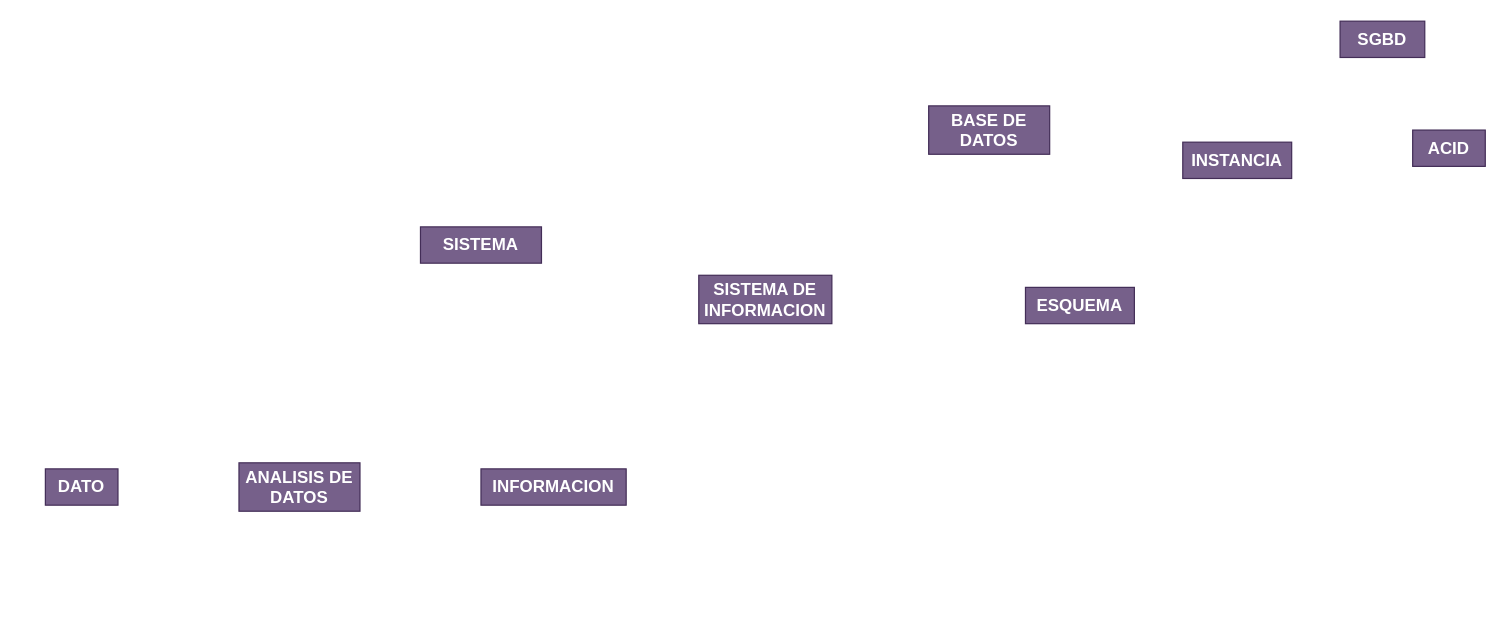
misiomishi/itcj keeps this draw.io diagram as Mapa Mixto Taller BD.drawio. Above is the earlier version. Source tidied: cells renumbered, new cells numbered last; positions are measured from the earlier drawing's top-left corner, leaving out a move shared by most shapes. Both pictures are drawn from the tidied source at 121%, with x=0, y=0 at pixel (45, 21).
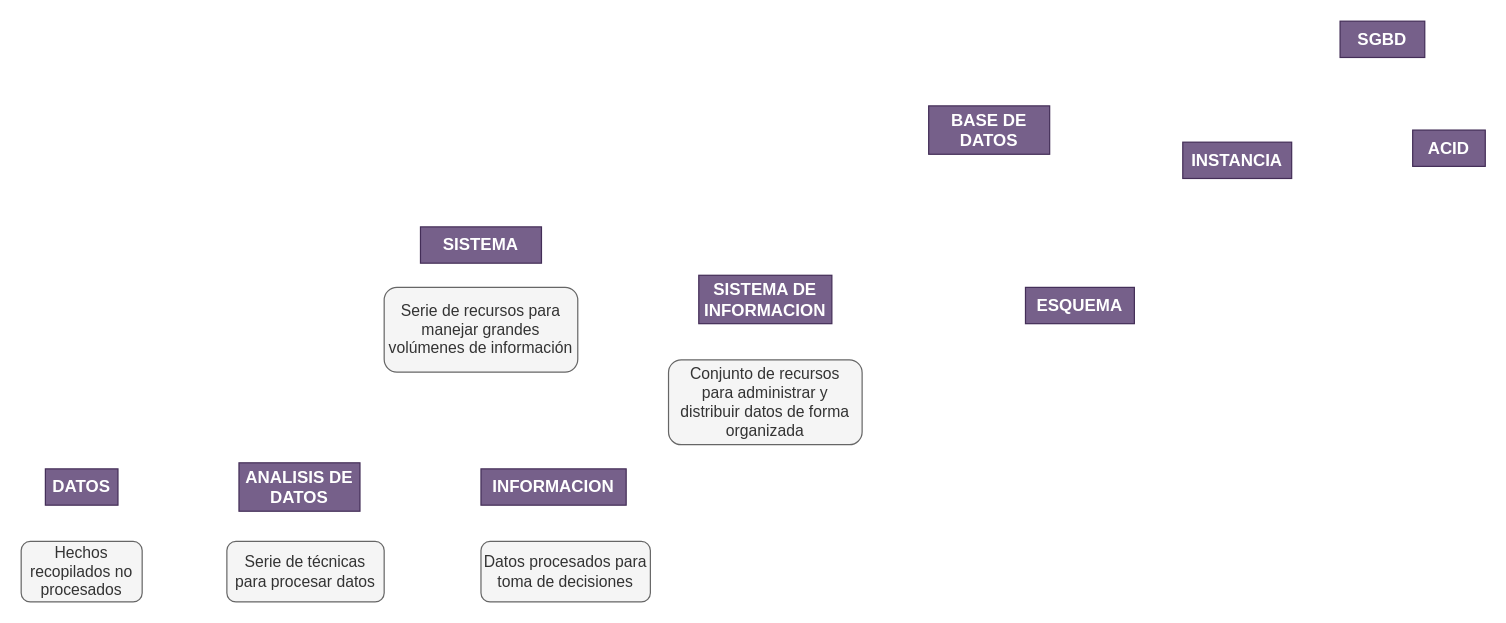
After the change.

Change to the diagram source:
```diff
@@
 <mxGraphModel>
   <root>
     <mxCell id="0" />
     <mxCell id="1" parent="0" />
-    <mxCell id="2" value="DATO" style="rounded=0;whiteSpace=wrap;html=1;fillColor=#76608a;fontColor=#ffffff;strokeColor=#432D57;fontStyle=1;fontSize=14;" parent="1" vertex="1">
+    <mxCell id="2" value="DATOS" style="rounded=0;whiteSpace=wrap;html=1;fillColor=#76608a;fontColor=#ffffff;strokeColor=#432D57;fontStyle=1;fontSize=14;" parent="1" vertex="1">
       <mxGeometry y="370" width="60" height="30" as="geometry" />
     </mxCell>
     <mxCell id="3" value="ANALISIS DE DATOS" style="rounded=0;whiteSpace=wrap;html=1;fillColor=#76608a;fontColor=#ffffff;strokeColor=#432D57;fontStyle=1;fontSize=14;" parent="1" vertex="1">
       <mxGeometry x="160" y="365" width="100" height="40" as="geometry" />
     </mxCell>
     <mxCell id="4" value="INFORMACION" style="rounded=0;whiteSpace=wrap;html=1;fillColor=#76608a;fontColor=#ffffff;strokeColor=#432D57;fontStyle=1;fontSize=14;" parent="1" vertex="1">
       <mxGeometry x="360" y="370" width="120" height="30" as="geometry" />
     </mxCell>
     <mxCell id="5" value="SISTEMA" style="rounded=0;whiteSpace=wrap;html=1;fillColor=#76608a;fontColor=#ffffff;strokeColor=#432D57;fontStyle=1;fontSize=14;" parent="1" vertex="1">
       <mxGeometry x="310" y="170" width="100" height="30" as="geometry" />
     </mxCell>
     <mxCell id="6" value="SISTEMA DE INFORMACION" style="rounded=0;whiteSpace=wrap;html=1;fillColor=#76608a;fontColor=#ffffff;strokeColor=#432D57;fontStyle=1;fontSize=14;" parent="1" vertex="1">
       <mxGeometry x="540" y="210" width="110" height="40" as="geometry" />
     </mxCell>
     <mxCell id="7" value="BASE DE DATOS" style="rounded=0;whiteSpace=wrap;html=1;fillColor=#76608a;fontColor=#ffffff;strokeColor=#432D57;fontStyle=1;fontSize=14;" parent="1" vertex="1">
       <mxGeometry x="730" y="70" width="100" height="40" as="geometry" />
     </mxCell>
     <mxCell id="8" value="ESQUEMA" style="rounded=0;whiteSpace=wrap;html=1;fillColor=#76608a;fontColor=#ffffff;strokeColor=#432D57;fontStyle=1;fontSize=14;" parent="1" vertex="1">
       <mxGeometry x="810" y="220" width="90" height="30" as="geometry" />
     </mxCell>
     <mxCell id="9" value="SGBD" style="rounded=0;whiteSpace=wrap;html=1;fillColor=#76608a;fontColor=#ffffff;strokeColor=#432D57;fontStyle=1;fontSize=14;" parent="1" vertex="1">
       <mxGeometry x="1070" width="70" height="30" as="geometry" />
     </mxCell>
     <mxCell id="10" value="INSTANCIA" style="rounded=0;whiteSpace=wrap;html=1;fillColor=#76608a;fontColor=#ffffff;strokeColor=#432D57;fontStyle=1;fontSize=14;" parent="1" vertex="1">
       <mxGeometry x="940" y="100" width="90" height="30" as="geometry" />
     </mxCell>
     <mxCell id="11" value="ACID" style="rounded=0;whiteSpace=wrap;html=1;fillColor=#76608a;fontColor=#ffffff;strokeColor=#432D57;fontStyle=1;fontSize=14;" parent="1" vertex="1">
       <mxGeometry x="1130" y="90" width="60" height="30" as="geometry" />
     </mxCell>
+    <mxCell id="12" value="&lt;div style=&quot;font-size: 13px;&quot;&gt;Hechos&lt;/div&gt;&lt;div style=&quot;font-size: 13px;&quot;&gt;recopilados no&lt;/div&gt;&lt;div style=&quot;font-size: 13px;&quot;&gt;procesados&lt;/div&gt;" style="rounded=1;whiteSpace=wrap;html=1;fillColor=#f5f5f5;strokeColor=#666666;fontColor=#333333;fontSize=13;" parent="1" vertex="1">
+      <mxGeometry x="-20" y="430" width="100" height="50" as="geometry" />
+    </mxCell>
+    <mxCell id="13" value="&lt;div style=&quot;font-size: 13px;&quot;&gt;Serie de técnicas para procesar datos&lt;/div&gt;" style="rounded=1;whiteSpace=wrap;html=1;fillColor=#f5f5f5;strokeColor=#666666;fontColor=#333333;fontSize=13;" parent="1" vertex="1">
+      <mxGeometry x="150" y="430" width="130" height="50" as="geometry" />
+    </mxCell>
+    <mxCell id="14" value="&lt;div style=&quot;font-size: 13px;&quot;&gt;Datos procesados para toma de decisiones&lt;/div&gt;" style="rounded=1;whiteSpace=wrap;html=1;fillColor=#f5f5f5;strokeColor=#666666;fontColor=#333333;fontSize=13;" parent="1" vertex="1">
+      <mxGeometry x="360" y="430" width="140" height="50" as="geometry" />
+    </mxCell>
+    <mxCell id="15" value="&lt;div style=&quot;font-size: 13px;&quot;&gt;&lt;div&gt;Serie de recursos para&lt;/div&gt;&lt;div&gt;manejar grandes&lt;/div&gt;&lt;div&gt;volúmenes de información&lt;/div&gt;&lt;/div&gt;" style="rounded=1;whiteSpace=wrap;html=1;fillColor=#f5f5f5;strokeColor=#666666;fontColor=#333333;fontSize=13;" parent="1" vertex="1">
+      <mxGeometry x="280" y="220" width="160" height="70" as="geometry" />
+    </mxCell>
+    <mxCell id="16" value="&lt;div style=&quot;&quot;&gt;&lt;div style=&quot;&quot;&gt;Conjunto de recursos&lt;/div&gt;&lt;div style=&quot;&quot;&gt;para administrar y&lt;/div&gt;&lt;div style=&quot;&quot;&gt;distribuir datos de forma&lt;/div&gt;&lt;div style=&quot;&quot;&gt;organizada&lt;/div&gt;&lt;/div&gt;" style="rounded=1;whiteSpace=wrap;html=1;fillColor=#f5f5f5;strokeColor=#666666;fontColor=#333333;fontSize=13;" parent="1" vertex="1">
+      <mxGeometry x="515" y="280" width="160" height="70" as="geometry" />
+    </mxCell>
   </root>
 </mxGraphModel>
```
